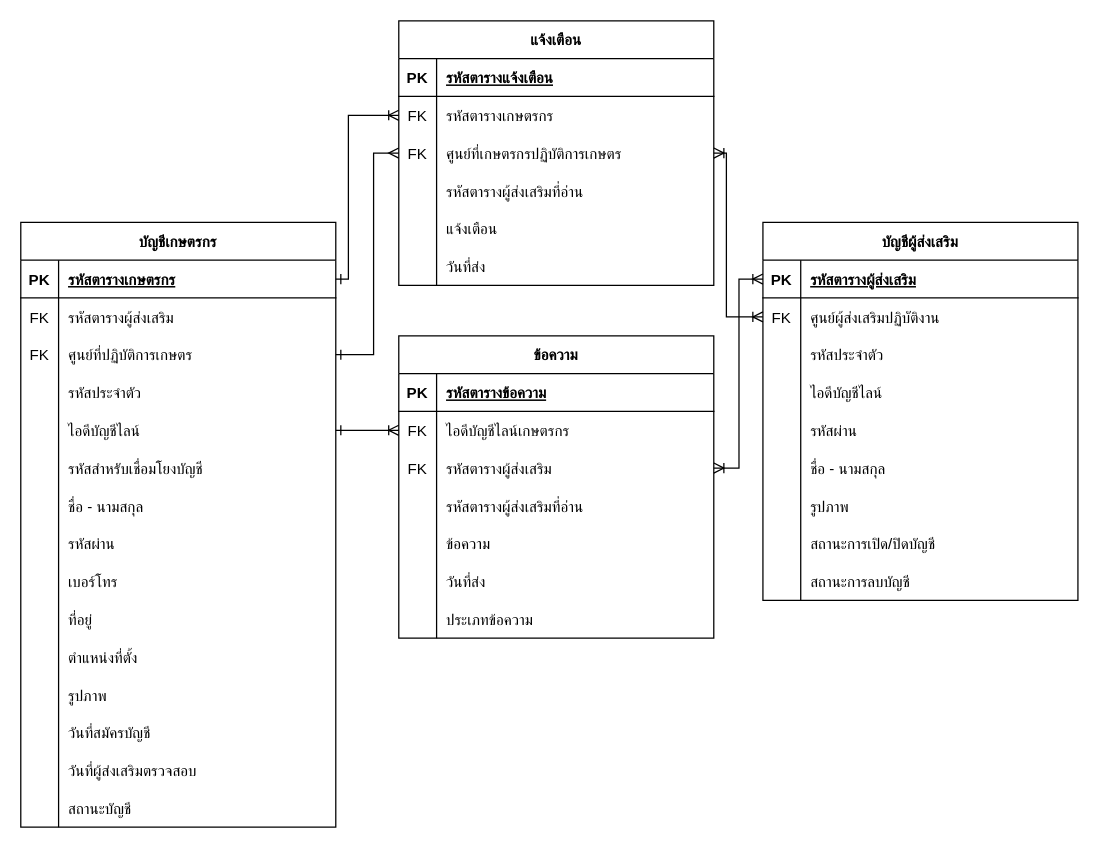
thanawat1303/PROJECT-GAP keeps this draw.io diagram as workFlow/ความสัมพันธุ์ เกษตรกรในการแจ้งเตือนและส่งข้อความหาเจ้าหน้าที่ส่งเสริม.drawio. Above is the earlier version. Source tidied: cells renumbered, new cells numbered last; positions are measured from the earlier drawing's top-left corner, leaving out a move shared by most shapes. Both pictures are drawn from the tidied source at 126%, with x=0, y=0 at pixel (20, 20).
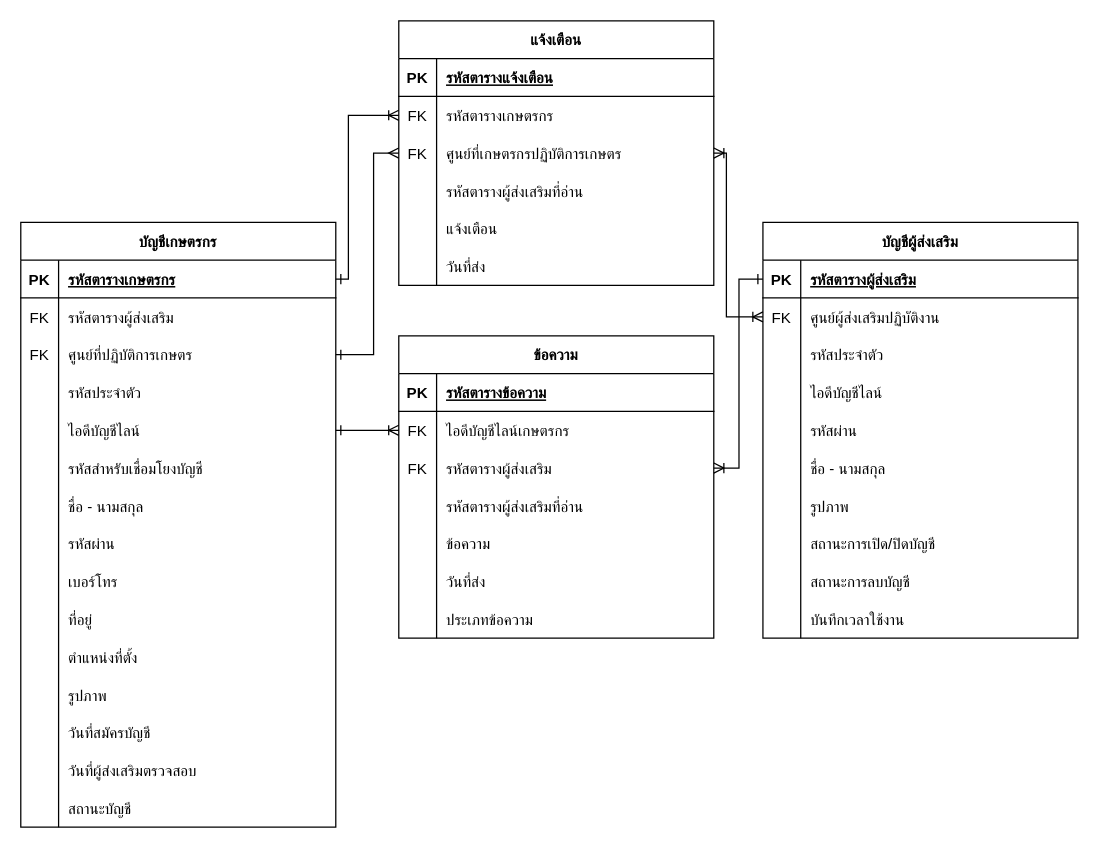
Above is the later version.

The change refers to these unchanged cells:
```xml
<mxCell id="3" style="shape=partialRectangle;fillColor=none;points=[[0,0.5],[1,0.5]];portConstraint=eastwest;top=0;left=0;right=0;bottom=1;" parent="2" vertex="1">
  <mxGeometry y="30" width="250" height="30" as="geometry" />
</mxCell>
```

Diff of the diagram source:
```diff
@@
     <mxCell id="2" value="บัญชีผู้ส่งเสริม" style="shape=table;startSize=30;childLayout=tableLayout;rowLines=0;fontStyle=1;align=center;" parent="1" vertex="1">
-      <mxGeometry x="589" y="160" width="250" height="300" as="geometry" />
+      <mxGeometry x="589" y="160" width="250" height="330" as="geometry" />
     </mxCell>
@@
+    <mxCell id="122" style="shape=partialRectangle;fillColor=none;top=0;left=0;right=0;bottom=0;" parent="2" vertex="1">
+      <mxGeometry y="300" width="250" height="30" as="geometry" />
+    </mxCell>
+    <mxCell id="123" style="shape=partialRectangle;overflow=hidden;fillColor=none;top=0;left=0;bottom=0;right=0;" parent="122" vertex="1">
+      <mxGeometry width="30" height="30" as="geometry" />
+    </mxCell>
+    <mxCell id="124" value="บันทึกเวลาใช้งาน" style="shape=partialRectangle;overflow=hidden;fillColor=none;top=0;left=0;bottom=0;right=0;align=left;spacingLeft=6;" parent="122" vertex="1">
+      <mxGeometry x="30" width="220" height="30" as="geometry" />
+    </mxCell>
@@
-    <mxCell id="118" style="edgeStyle=orthogonalEdgeStyle;shape=connector;rounded=0;jettySize=auto;html=1;labelBackgroundColor=default;strokeColor=default;fontFamily=Helvetica;fontSize=12;fontColor=default;startArrow=ERoneToMany;startFill=0;endArrow=ERoneToMany;startSize=6;entryX=0;entryY=0.5;entryDx=0;entryDy=0;endFill=0;" parent="1" edge="1" target="3">
+    <mxCell id="118" style="edgeStyle=orthogonalEdgeStyle;shape=connector;rounded=0;jettySize=auto;html=1;labelBackgroundColor=default;strokeColor=default;fontFamily=Helvetica;fontSize=12;fontColor=default;startArrow=ERoneToMany;startFill=0;endArrow=ERone;startSize=6;entryX=0;entryY=0.5;entryDx=0;entryDy=0;endFill=0;" parent="1" edge="1" target="3">
       <mxGeometry relative="1" as="geometry">
         <mxPoint x="550" y="355" as="sourcePoint" />
         <Array as="points">
           <mxPoint x="570" y="355" />
           <mxPoint x="570" y="205" />
         </Array>
       </mxGeometry>
     </mxCell>
```
